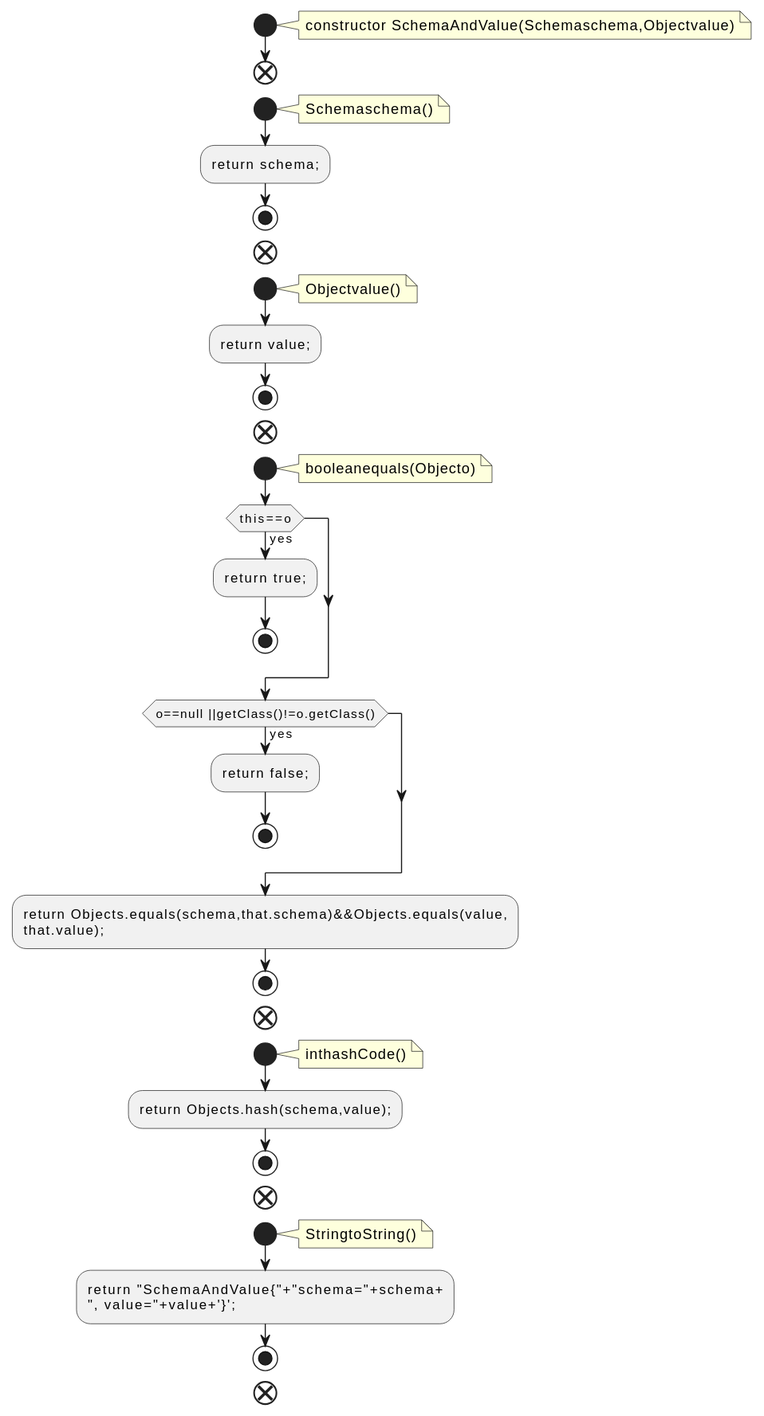
Earlier version of the PlantUML export docs/qc/connect/api/src/main/java/org/apache/kafka/connect/data/SchemaAndValue.java.fct.svg (qualitesys/kafka). Source of this version:
```plantuml
@startuml
!pragma layout smetana
start
note right
constructor SchemaAndValue(Schemaschema,Objectvalue)
end note
end
start
note right
Schemaschema()
end note
:return schema;;
stop
end
start
note right
Objectvalue()
end note
:return value;;
stop
end
start
note right
booleanequals(Objecto)
end note
if (this==o) then (yes)
:return true;;
stop
endif
if (o==null ||getClass()!=o.getClass()) then (yes)
:return false;;
stop
endif
:return Objects.equals(schema,that.schema)&&Objects.equals(value,
that.value);;
stop
end
start
note right
inthashCode()
end note
:return Objects.hash(schema,value);;
stop
end
start
note right
StringtoString()
end note
:return "SchemaAndValue{"+"schema="+schema+
", value="+value+'}';;
stop
end
@enduml
```
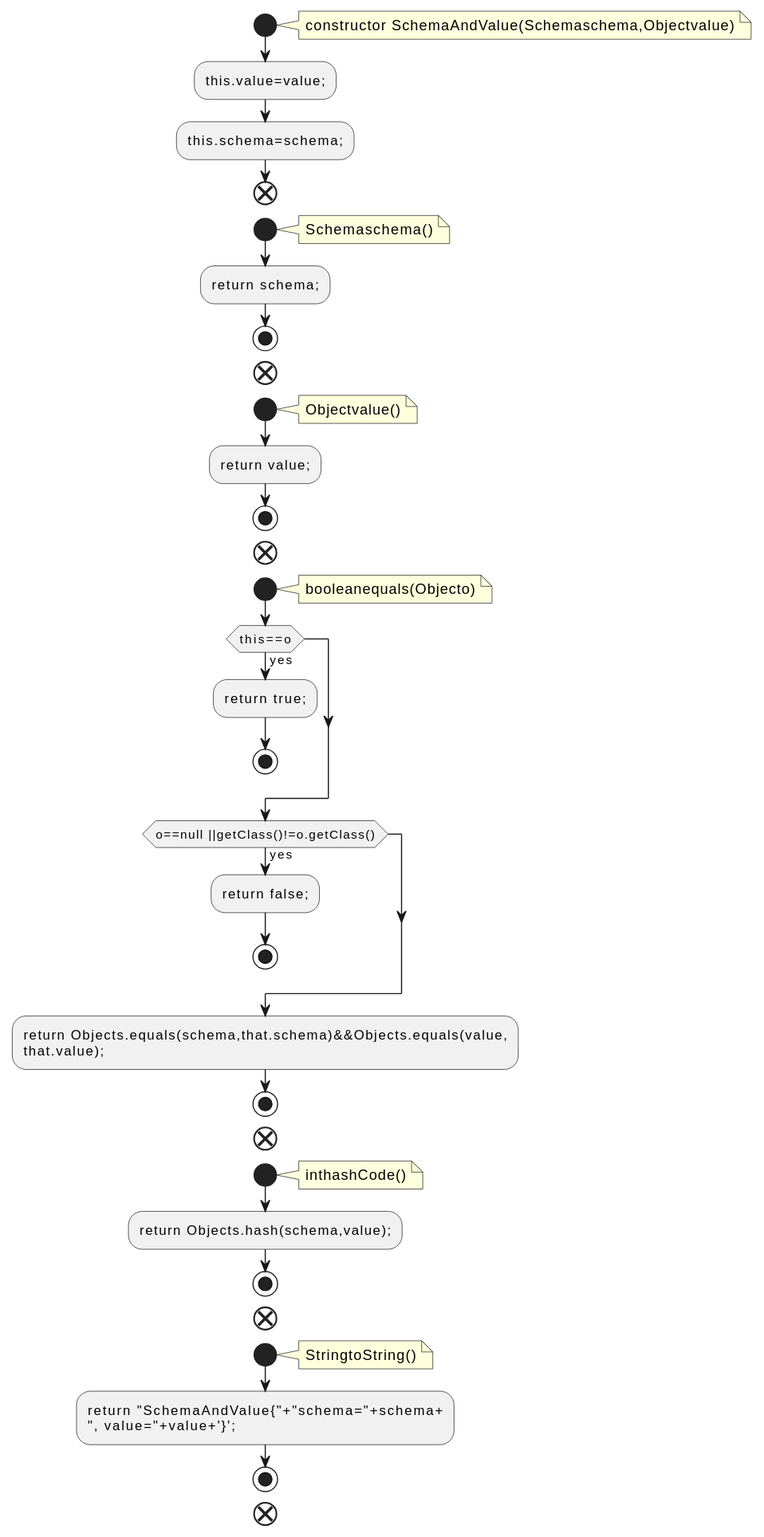
After the change.

The edit, as a diff of the source:
```diff
@@ -4,6 +4,8 @@
 note right
 constructor SchemaAndValue(Schemaschema,Objectvalue)
 end note
+:this.value=value;;
+:this.schema=schema;;
 end
 start
 note right
```
